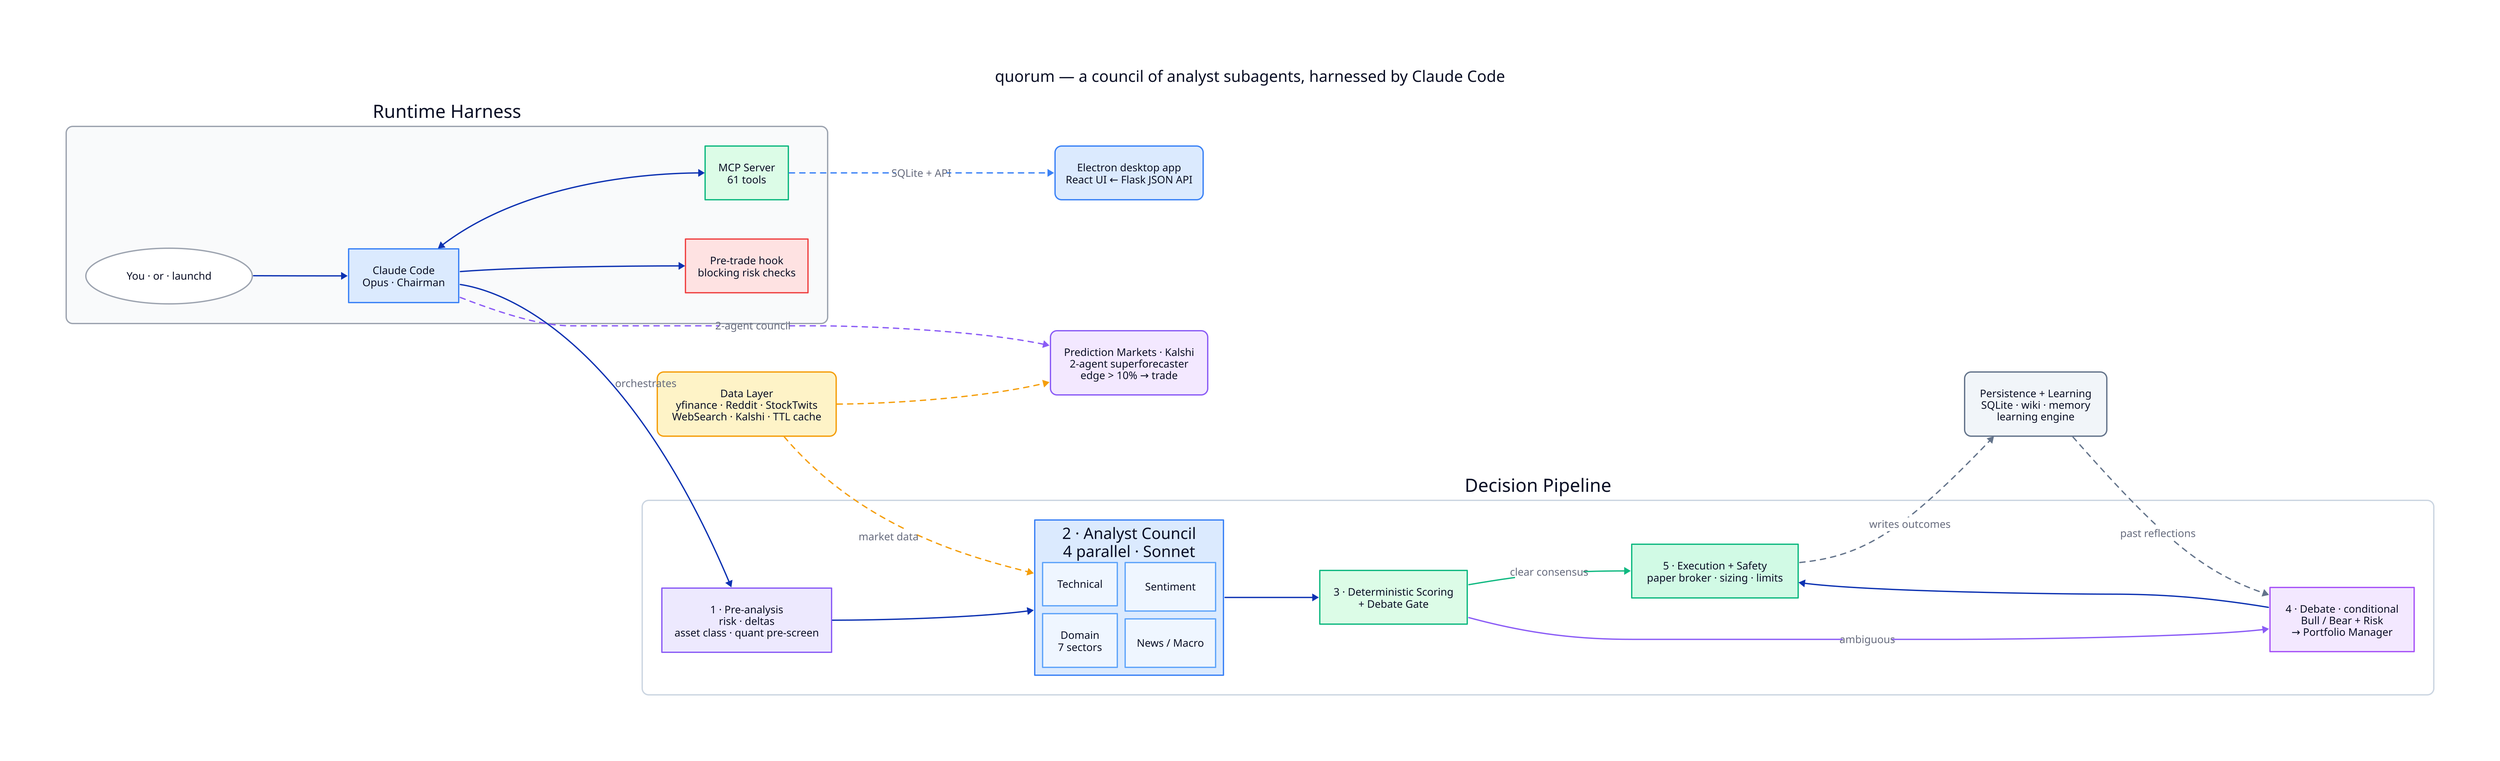
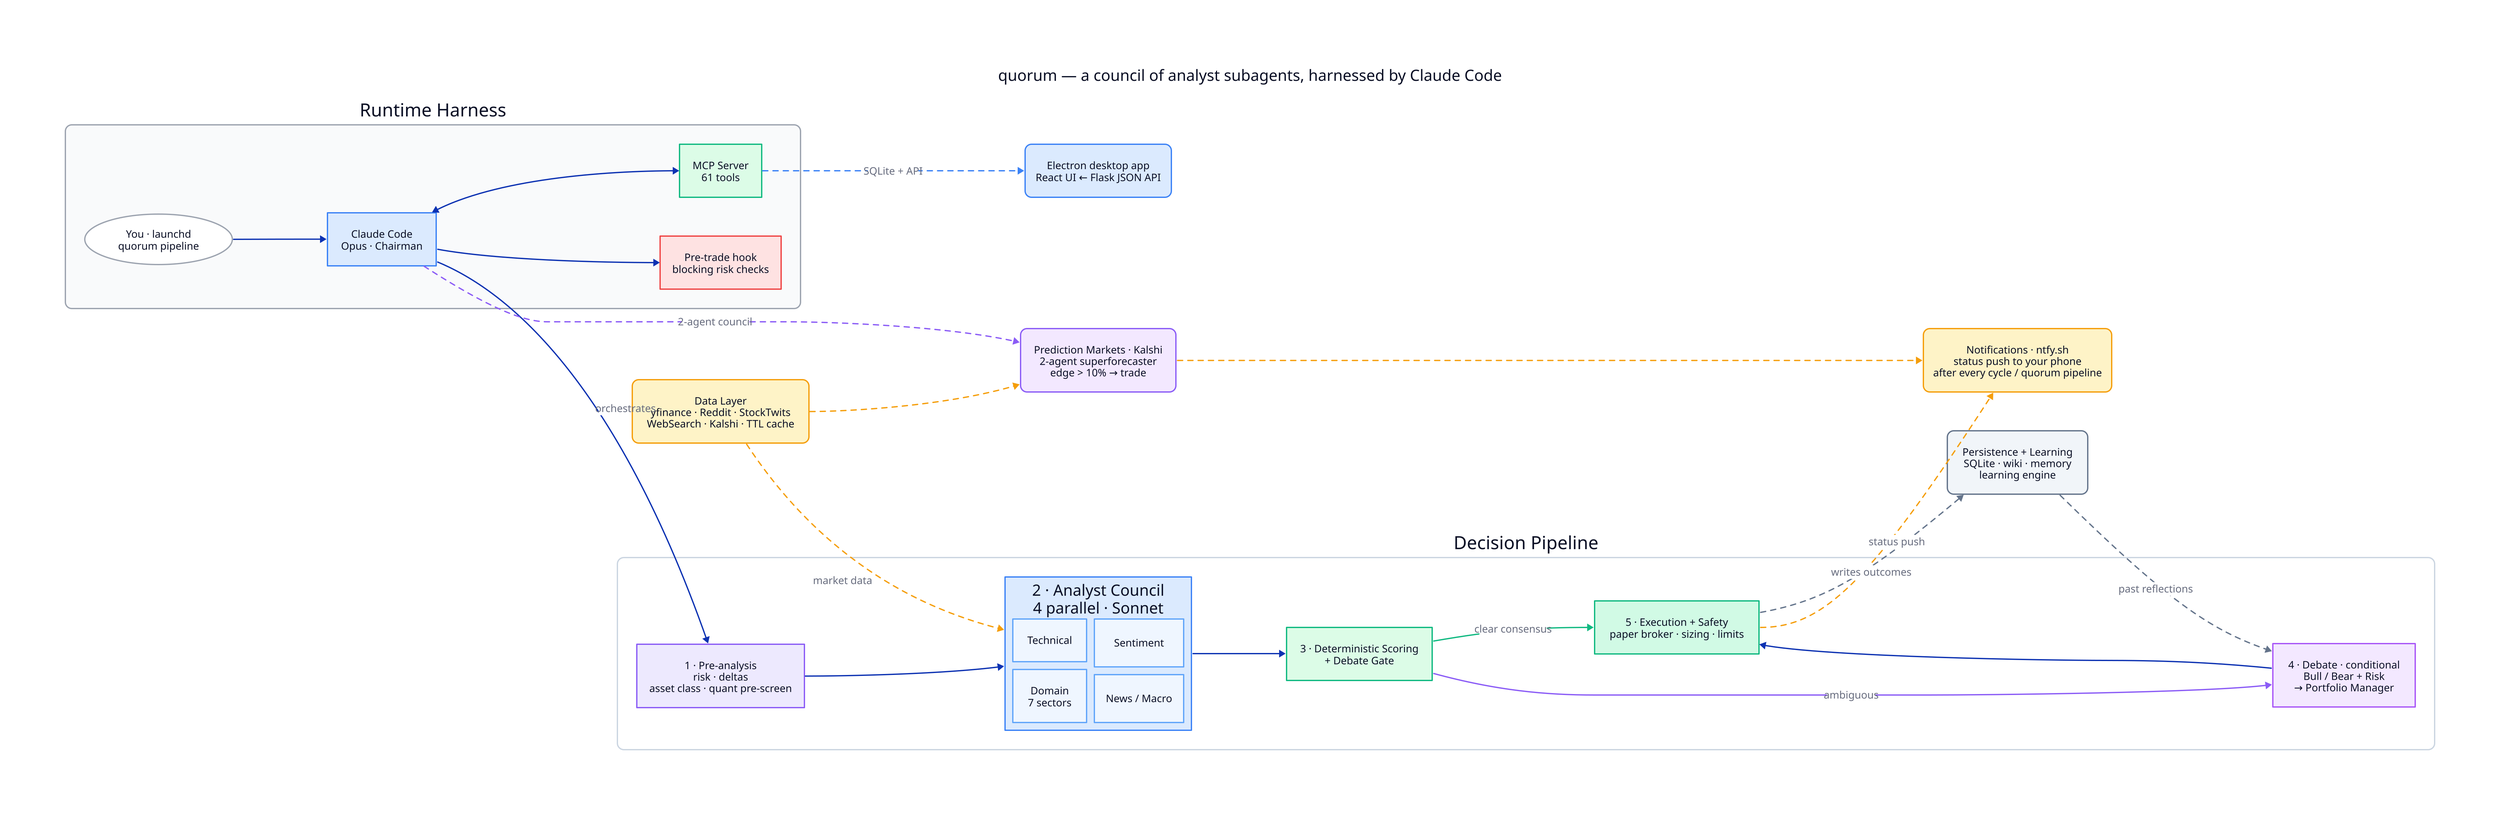
# quorum — high-level architecture (overview).
# Dense per-component detail lives in architecture-detailed.d2.

direction: right

title: quorum — a council of analyst subagents, harnessed by Claude Code {
  near: top-center
  shape: text
  style.font-size: 24
  style.bold: true
}

# ──────────────────────────────────────────────
# RUNTIME HARNESS
# ──────────────────────────────────────────────
harness: Runtime Harness {
  style: {fill: "#f9fafb"; stroke: "#9ca3af"; border-radius: 10}

-   trigger: You · or · launchd {
+   trigger: You · launchd\nquorum pipeline {
    shape: oval
    style: {fill: "#ffffff"; stroke: "#9ca3af"}
  }
  claude: Claude Code\nOpus · Chairman {
    style: {fill: "#dbeafe"; stroke: "#3b82f6"; bold: true}
  }
  mcp: MCP Server\n61 tools {
    style: {fill: "#dcfce7"; stroke: "#10b981"}
  }
  hooks: Pre-trade hook\nblocking risk checks {
    style: {fill: "#fee2e2"; stroke: "#ef4444"}
  }

  trigger -> claude
  claude <-> mcp
  claude -> hooks
}

# ──────────────────────────────────────────────
# DECISION PIPELINE (the council)
# ──────────────────────────────────────────────
pipeline: Decision Pipeline {
  style: {fill: "#ffffff"; stroke: "#cbd5e1"; border-radius: 10}

  pre: 1 · Pre-analysis\nrisk · deltas\nasset class · quant pre-screen {
    style: {fill: "#ede9fe"; stroke: "#8b5cf6"}
  }

  council: 2 · Analyst Council\n4 parallel · Sonnet {
    style: {fill: "#dbeafe"; stroke: "#3b82f6"}
    grid-columns: 2
    grid-gap: 12

    a_tech: Technical {style: {fill: "#eff6ff"; stroke: "#60a5fa"}}
    a_domain: Domain\n7 sectors {style: {fill: "#eff6ff"; stroke: "#60a5fa"}}
    a_sent: Sentiment {style: {fill: "#eff6ff"; stroke: "#60a5fa"}}
    a_news: News / Macro {style: {fill: "#eff6ff"; stroke: "#60a5fa"}}
  }

  score: 3 · Deterministic Scoring\n+ Debate Gate {
    style: {fill: "#dcfce7"; stroke: "#10b981"}
  }

  debate: 4 · Debate · conditional\nBull / Bear + Risk\n→ Portfolio Manager {
    style: {fill: "#f3e8ff"; stroke: "#a855f7"}
  }

  exec: 5 · Execution + Safety\npaper broker · sizing · limits {
    style: {fill: "#d1fae5"; stroke: "#10b981"; bold: true}
  }

  pre -> council -> score
  score -> exec: clear consensus {style.stroke: "#10b981"}
  score -> debate: ambiguous {style.stroke: "#8b5cf6"}
  debate -> exec
}

# ──────────────────────────────────────────────
# SUPPORTING LAYERS
# ──────────────────────────────────────────────
data: Data Layer\nyfinance · Reddit · StockTwits\nWebSearch · Kalshi · TTL cache {
  style: {fill: "#fef3c7"; stroke: "#f59e0b"; border-radius: 10}
}

persist: Persistence + Learning\nSQLite · wiki · memory\nlearning engine {
  style: {fill: "#f1f5f9"; stroke: "#64748b"; border-radius: 10}
}

ui: Electron desktop app\nReact UI ← Flask JSON API {
  style: {fill: "#dbeafe"; stroke: "#3b82f6"; border-radius: 10}
}

kalshi: Prediction Markets · Kalshi\n2-agent superforecaster\nedge > 10% → trade {
  style: {fill: "#f3e8ff"; stroke: "#8b5cf6"; border-radius: 10}
}

+ notify: Notifications · ntfy.sh\nstatus push to your phone\nafter every cycle / quorum pipeline {
+   style: {fill: "#fef3c7"; stroke: "#f59e0b"; border-radius: 10}
+ }
+ 
# ── cross-layer flow ──
harness.claude -> pipeline.pre: orchestrates
data -> pipeline.council: market data {style.stroke-dash: 4; style.stroke: "#f59e0b"}
pipeline.exec -> persist: writes outcomes {style.stroke-dash: 4; style.stroke: "#64748b"}
persist -> pipeline.debate: past reflections {style.stroke-dash: 4; style.stroke: "#64748b"}
harness.mcp -> ui: SQLite + API {style.stroke-dash: 4; style.stroke: "#3b82f6"}
harness.claude -> kalshi: 2-agent council {style.stroke-dash: 4; style.stroke: "#8b5cf6"}
data -> kalshi {style.stroke-dash: 4; style.stroke: "#f59e0b"}
+ pipeline.exec -> notify: status push {style.stroke-dash: 4; style.stroke: "#f59e0b"}
+ kalshi -> notify {style.stroke-dash: 4; style.stroke: "#f59e0b"}
